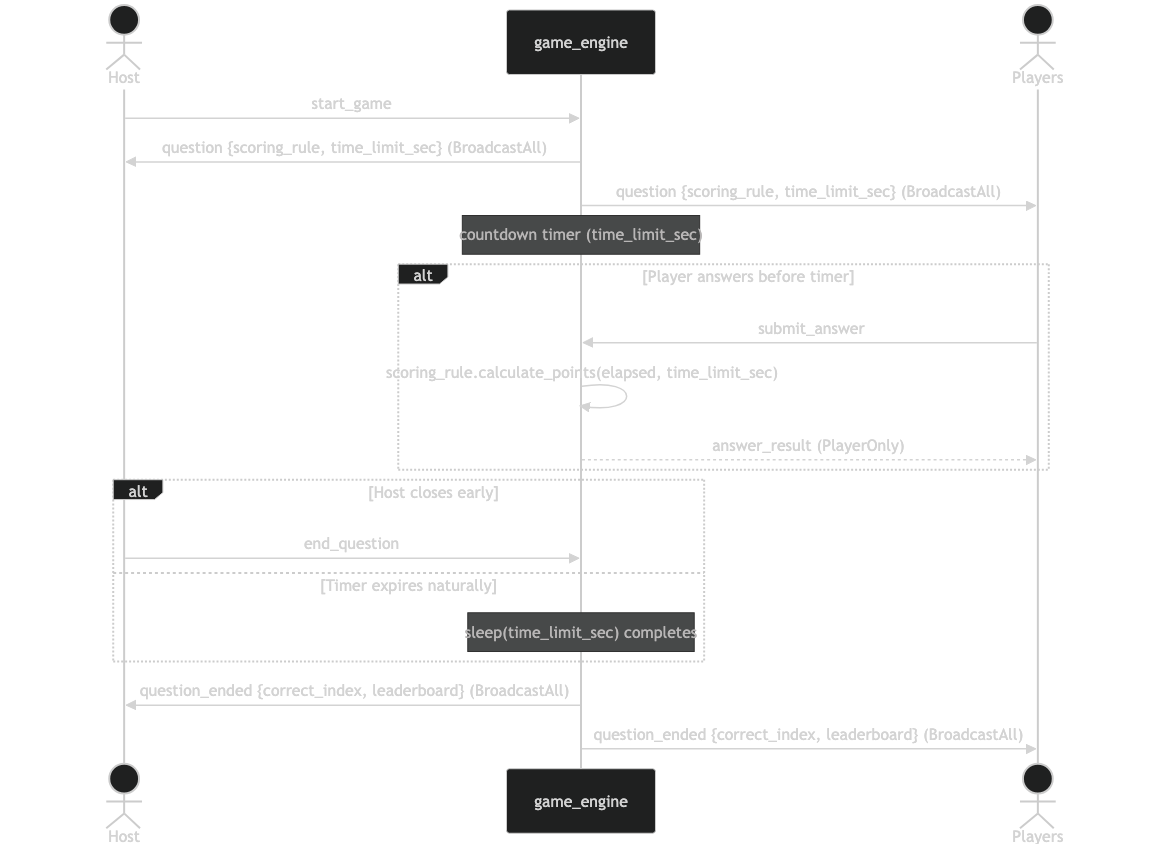
The Mermaid diagram docs/images/flow-question.png in campeis/quiz-game, before a commit. Its source is kept beside it as docs/diagrams/flow-question.mmd.
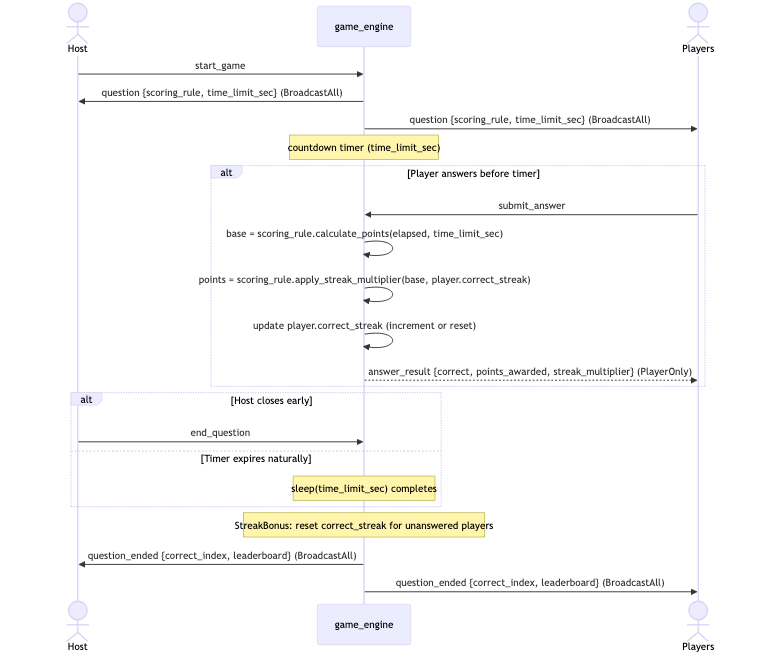
The same diagram one commit later.

Commit message:
docs: update architecture and diagrams for 011-streak-bonus

Diff of the diagram source:
```diff
@@ -11,8 +11,10 @@
 
     alt Player answers before timer
         PL->>GE: submit_answer
-        GE->>GE: scoring_rule.calculate_points(elapsed, time_limit_sec)
-        GE-->>PL: answer_result (PlayerOnly)
+        GE->>GE: base = scoring_rule.calculate_points(elapsed, time_limit_sec)
+        GE->>GE: points = scoring_rule.apply_streak_multiplier(base, player.correct_streak)
+        GE->>GE: update player.correct_streak (increment or reset)
+        GE-->>PL: answer_result {correct, points_awarded, streak_multiplier} (PlayerOnly)
     end
 
     alt Host closes early
@@ -21,5 +23,7 @@
         Note over GE: sleep(time_limit_sec) completes
     end
 
+    Note over GE: StreakBonus: reset correct_streak for unanswered players
+
     GE->>H: question_ended {correct_index, leaderboard} (BroadcastAll)
     GE->>PL: question_ended {correct_index, leaderboard} (BroadcastAll)
```
